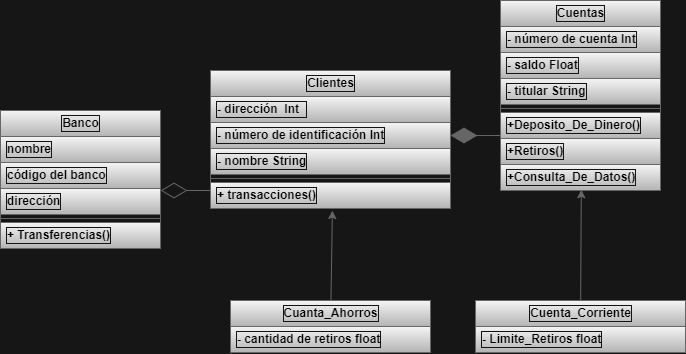
Before: taller3.drawio.png, a diagram exported from draw.io (DiazMan27/Modelado_Diagram). Source tidied: cells renumbered, new cells last; positions are measured from the earlier drawing's top-left corner, leaving out a move shared by most shapes.
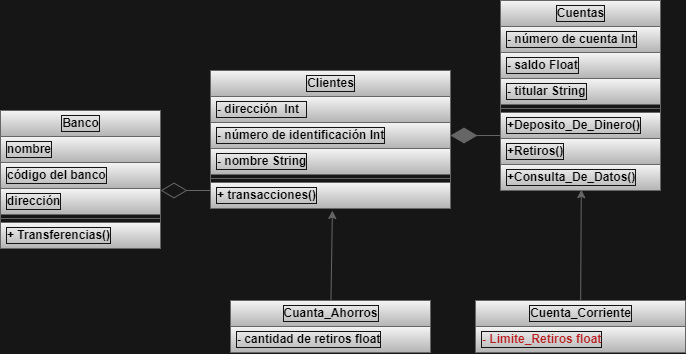
After the change.

The edit, as a diff of the source:
```diff
@@ -77,7 +77,7 @@
     <mxCell id="26" value="Cuenta_Corriente" style="swimlane;fontStyle=1;align=center;verticalAlign=middle;horizontal=1;startSize=26;labelBackgroundColor=none;labelBorderColor=#161313;html=1;rounded=0;fillColor=#f5f5f5;strokeColor=#666666;gradientColor=#b3b3b3;fontColor=#000000;" parent="1" vertex="1">
       <mxGeometry x="475" y="300" width="210" height="52" as="geometry" />
     </mxCell>
-    <mxCell id="27" value="- Limite_Retiros float" style="text;align=left;verticalAlign=middle;spacingLeft=4;spacingRight=4;overflow=hidden;fontStyle=1;labelBackgroundColor=none;labelBorderColor=#161313;html=1;rounded=0;fillColor=#f5f5f5;strokeColor=#666666;gradientColor=#b3b3b3;fontColor=#000000;" parent="26" vertex="1">
+    <mxCell id="27" value="&lt;font color=&quot;#b81e1e&quot;&gt;- Limite_Retiros float&lt;/font&gt;" style="text;align=left;verticalAlign=middle;spacingLeft=4;spacingRight=4;overflow=hidden;fontStyle=1;labelBackgroundColor=none;labelBorderColor=#161313;html=1;rounded=0;fillColor=#f5f5f5;strokeColor=#666666;gradientColor=#b3b3b3;fontColor=#000000;" parent="26" vertex="1">
       <mxGeometry y="26" width="210" height="26" as="geometry" />
     </mxCell>
     <mxCell id="28" style="endArrow=diamondThin;endFill=0;endSize=24;fontColor=#000000;fontStyle=1;verticalAlign=middle;labelBackgroundColor=none;labelBorderColor=#161313;html=1;fillColor=#f5f5f5;strokeColor=#666666;gradientColor=#b3b3b3;rounded=0;" parent="1" edge="1">
```
